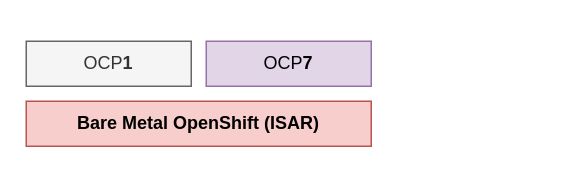
Earlier version of the draw.io diagram content/kubevirt/livemigration/cclm/overview.drawio (openshift-examples/web). Source tidied: cells renumbered, new cells numbered last; positions are measured from the earlier drawing's top-left corner, leaving out a move shared by most shapes. Both pictures are drawn from the tidied source at 150%, with x=0, y=0 at pixel (26, 40).
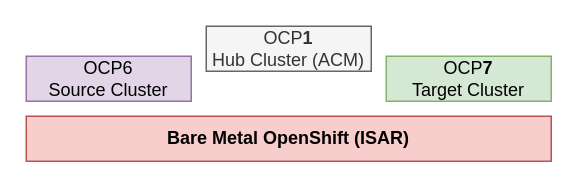
The same diagram, later.

Diff of the diagram source:
```diff
@@
 <mxGraphModel>
   <root>
     <mxCell id="0" />
     <mxCell id="1" parent="0" />
     <mxCell id="2" value="Bare Metal OpenShift (ISAR)" style="rounded=0;whiteSpace=wrap;html=1;fillColor=#f8cecc;strokeColor=#b85450;fontStyle=1;" parent="1" vertex="1">
-      <mxGeometry y="40" width="230" height="30" as="geometry" />
+      <mxGeometry y="50" width="350" height="30" as="geometry" />
     </mxCell>
-    <mxCell id="3" value="&lt;span style=&quot;font-weight: normal;&quot;&gt;OCP&lt;/span&gt;1" style="rounded=0;whiteSpace=wrap;html=1;fillColor=#f5f5f5;strokeColor=#666666;fontStyle=1;fontColor=#333333;" parent="1" vertex="1">
-      <mxGeometry width="110" height="30" as="geometry" />
+    <mxCell id="3" value="&lt;span style=&quot;font-weight: normal;&quot;&gt;OCP&lt;/span&gt;1&lt;div&gt;&lt;span style=&quot;font-weight: normal;&quot;&gt;Hub Cluster (ACM)&lt;/span&gt;&lt;/div&gt;" style="rounded=0;whiteSpace=wrap;html=1;fillColor=#f5f5f5;strokeColor=#666666;fontStyle=1;fontColor=#333333;" parent="1" vertex="1">
+      <mxGeometry x="120" y="-10" width="110" height="30" as="geometry" />
     </mxCell>
-    <mxCell id="4" value="&lt;span style=&quot;font-weight: normal;&quot;&gt;OCP&lt;/span&gt;7" style="rounded=0;whiteSpace=wrap;html=1;fillColor=#e1d5e7;strokeColor=#9673a6;fontStyle=1;" parent="1" vertex="1">
-      <mxGeometry x="120" width="110" height="30" as="geometry" />
+    <mxCell id="4" value="&lt;span style=&quot;font-weight: normal;&quot;&gt;OCP6&lt;/span&gt;&lt;div&gt;&lt;span style=&quot;font-weight: normal;&quot;&gt;Source Cluster&lt;/span&gt;&lt;/div&gt;" style="rounded=0;whiteSpace=wrap;html=1;fillColor=#e1d5e7;strokeColor=#9673a6;fontStyle=1;" parent="1" vertex="1">
+      <mxGeometry y="10" width="110" height="30" as="geometry" />
     </mxCell>
+    <mxCell id="5" value="&lt;span style=&quot;font-weight: normal;&quot;&gt;OCP&lt;/span&gt;7&lt;div&gt;&lt;span style=&quot;font-weight: normal;&quot;&gt;Target Cluster&lt;/span&gt;&lt;/div&gt;" style="rounded=0;whiteSpace=wrap;html=1;fillColor=#d5e8d4;strokeColor=#82b366;fontStyle=1;" parent="1" vertex="1">
+      <mxGeometry x="240" y="10" width="110" height="30" as="geometry" />
+    </mxCell>
   </root>
 </mxGraphModel>
```
